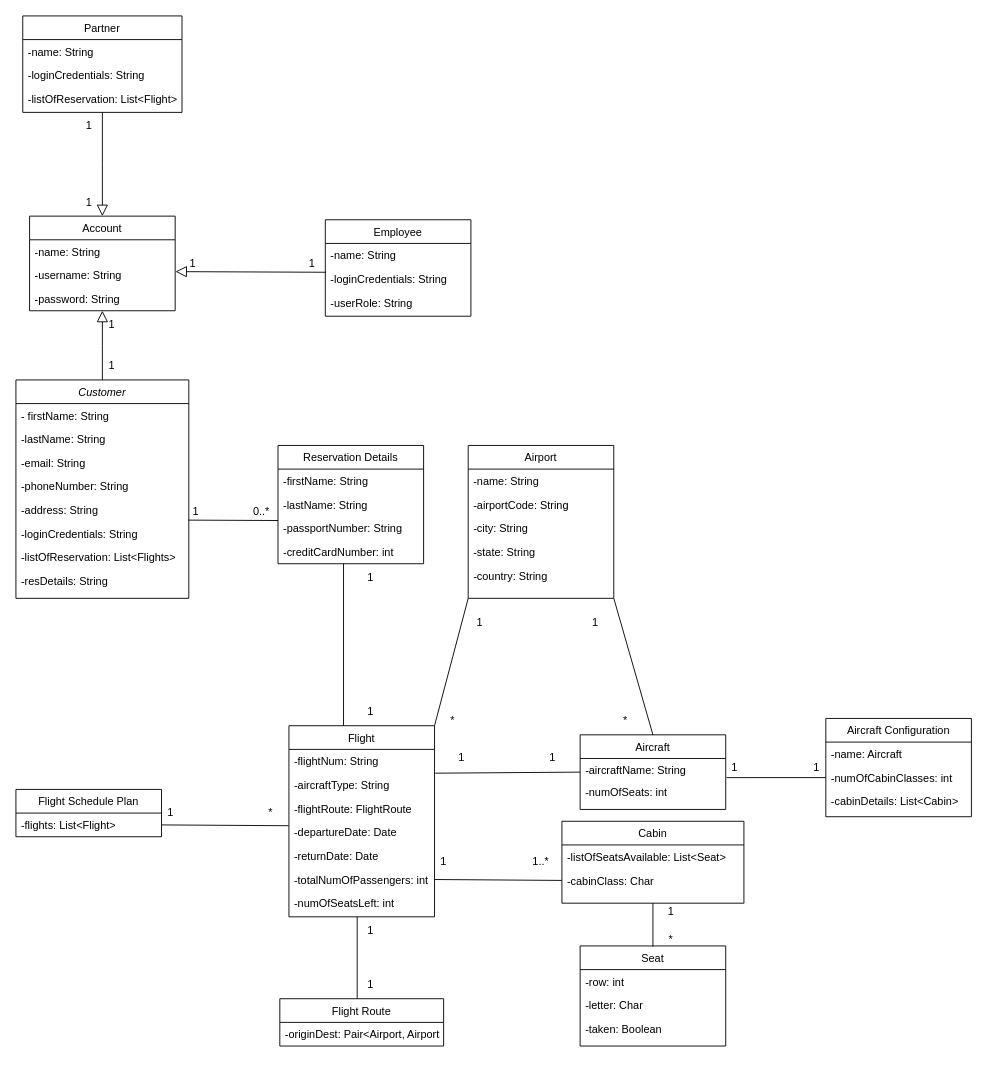
This is Untitled Diagram.drawio from glennquah/Flight-Enterprise-System, a draw.io file, before an edit. Source tidied: cells renumbered, new cells numbered last; positions are measured from the earlier drawing's top-left corner, leaving out a move shared by most shapes. Both pictures are drawn from the tidied source at 91%, with x=0, y=0 at pixel (15, 15).
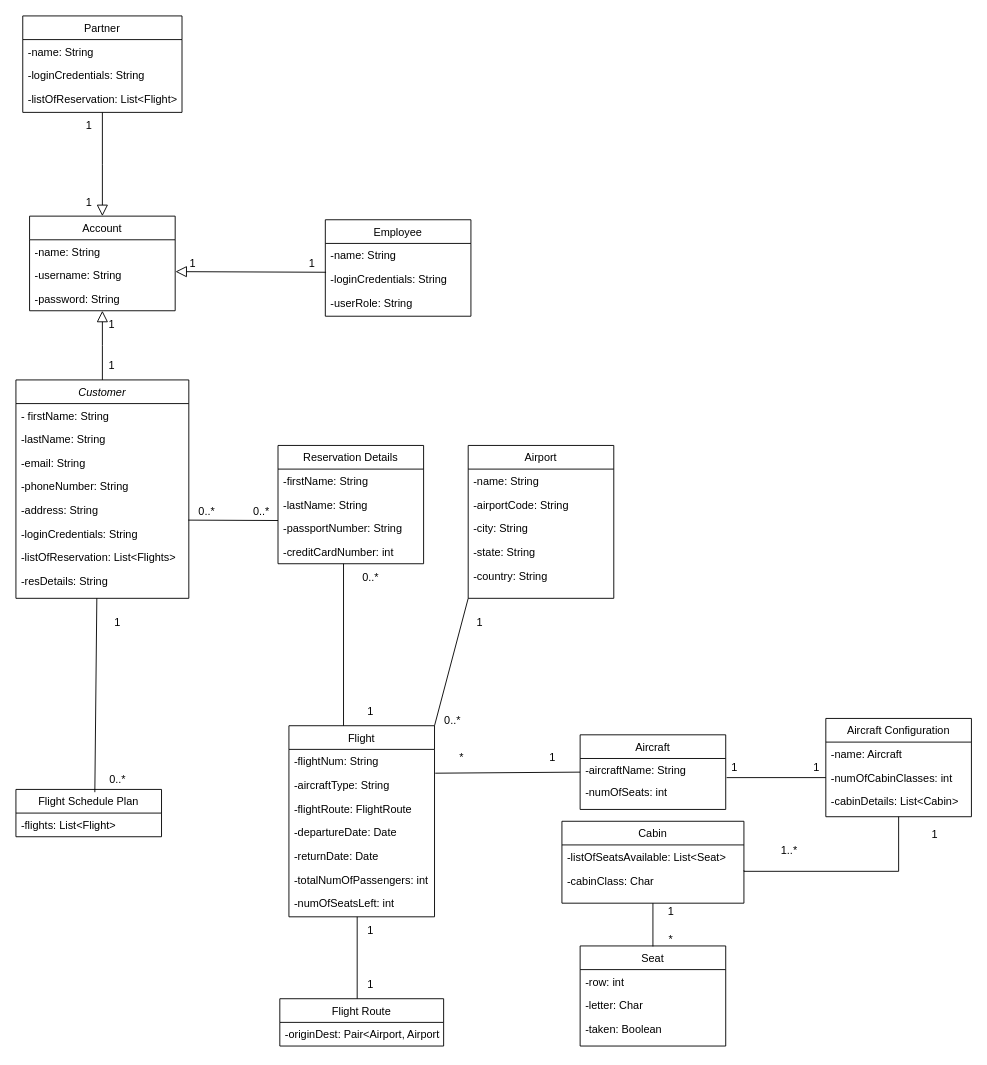
Above is the later version.

The change refers to these unchanged cells:
```xml
<mxCell id="10" value="-resDetails: String" style="text;align=left;verticalAlign=top;spacingLeft=4;spacingRight=4;overflow=hidden;points=[[0,0.5],[1,0.5]];portConstraint=eastwest;rounded=0;shadow=0;html=0;" parent="2" vertex="1">
  <mxGeometry y="208" width="190" height="26" as="geometry" />
</mxCell>
<mxCell id="15" value="-departureDate: Date" style="text;align=left;verticalAlign=top;spacingLeft=4;spacingRight=4;overflow=hidden;points=[[0,0.5],[1,0.5]];portConstraint=eastwest;rounded=0;shadow=0;html=0;" parent="11" vertex="1">
  <mxGeometry y="104" width="160" height="26" as="geometry" />
</mxCell>
<mxCell id="17" value="-totalNumOfPassengers: int" style="text;align=left;verticalAlign=top;spacingLeft=4;spacingRight=4;overflow=hidden;points=[[0,0.5],[1,0.5]];portConstraint=eastwest;rounded=0;shadow=0;html=0;" parent="11" vertex="1">
  <mxGeometry y="156" width="160" height="26" as="geometry" />
</mxCell>
<mxCell id="33" value="Flight Schedule Plan" style="swimlane;fontStyle=0;align=center;verticalAlign=top;horizontal=1;startSize=26;rounded=0;shadow=0;strokeWidth=1;" parent="1" vertex="1">
  <mxGeometry y="850" width="160" height="52" as="geometry" />
</mxCell>
<mxCell id="34" value="-flights: List&lt;Flight&gt;" style="text;align=left;verticalAlign=top;spacingLeft=4;spacingRight=4;overflow=hidden;points=[[0,0.5],[1,0.5]];portConstraint=eastwest;" parent="33" vertex="1">
  <mxGeometry y="26" width="160" height="26" as="geometry" />
</mxCell>
<mxCell id="41" value="-cabinClass: Char" style="text;align=left;verticalAlign=top;spacingLeft=4;spacingRight=4;overflow=hidden;points=[[0,0.5],[1,0.5]];portConstraint=eastwest;rounded=0;shadow=0;html=0;" parent="39" vertex="1">
  <mxGeometry y="52" width="200" height="26" as="geometry" />
</mxCell>
<mxCell id="71" value="Aircraft" style="swimlane;fontStyle=0;align=center;verticalAlign=top;horizontal=1;startSize=26;rounded=0;shadow=0;strokeWidth=1;" parent="1" vertex="1">
  <mxGeometry x="620" y="790" width="160" height="82" as="geometry" />
</mxCell>
<mxCell id="80" value="Airport" style="swimlane;fontStyle=0;align=center;verticalAlign=top;horizontal=1;startSize=26;rounded=0;shadow=0;strokeWidth=1;" parent="1" vertex="1">
  <mxGeometry x="497" y="472" width="160" height="168" as="geometry" />
</mxCell>
<mxCell id="92" value="Aircraft Configuration" style="swimlane;fontStyle=0;align=center;verticalAlign=top;horizontal=1;startSize=26;rounded=0;shadow=0;strokeWidth=1;" parent="1" vertex="1">
  <mxGeometry x="890" y="772" width="160" height="108" as="geometry" />
</mxCell>
```

Change to the diagram source:
```diff
@@
-    <mxCell id="31" value="1" style="text;html=1;strokeColor=none;fillColor=none;align=center;verticalAlign=middle;whiteSpace=wrap;rounded=0;" parent="1" vertex="1">
+    <mxCell id="31" value="0..*" style="text;html=1;strokeColor=none;fillColor=none;align=center;verticalAlign=middle;whiteSpace=wrap;rounded=0;" parent="1" vertex="1">
       <mxGeometry x="360" y="602" width="60" height="30" as="geometry" />
     </mxCell>
@@
     <mxCell id="35" value="1" style="text;html=1;strokeColor=none;fillColor=none;align=center;verticalAlign=middle;whiteSpace=wrap;rounded=0;" parent="1" vertex="1">
-      <mxGeometry x="140" y="861" width="60" height="30" as="geometry" />
+      <mxGeometry x="82" y="652" width="60" height="30" as="geometry" />
     </mxCell>
-    <mxCell id="36" value="*" style="text;html=1;strokeColor=none;fillColor=none;align=center;verticalAlign=middle;whiteSpace=wrap;rounded=0;" parent="1" vertex="1">
-      <mxGeometry x="250" y="861" width="60" height="30" as="geometry" />
+    <mxCell id="36" value="0..*" style="text;html=1;strokeColor=none;fillColor=none;align=center;verticalAlign=middle;whiteSpace=wrap;rounded=0;" parent="1" vertex="1">
+      <mxGeometry x="82" y="824" width="60" height="30" as="geometry" />
     </mxCell>
-    <mxCell id="37" value="1" style="text;html=1;strokeColor=none;fillColor=none;align=center;verticalAlign=middle;whiteSpace=wrap;rounded=0;" parent="1" vertex="1">
-      <mxGeometry x="168" y="530" width="60" height="30" as="geometry" />
+    <mxCell id="37" value="0..*" style="text;html=1;strokeColor=none;fillColor=none;align=center;verticalAlign=middle;whiteSpace=wrap;rounded=0;" parent="1" vertex="1">
+      <mxGeometry x="180" y="530" width="60" height="30" as="geometry" />
     </mxCell>
@@
+    <mxCell id="99" style="edgeStyle=orthogonalEdgeStyle;rounded=0;jettySize=auto;html=1;entryX=0.5;entryY=1;entryDx=0;entryDy=0;endArrow=none;endFill=0;" parent="1" edge="1" target="92">
+      <mxGeometry relative="1" as="geometry">
+        <mxPoint x="800" y="939" as="sourcePoint" />
+        <Array as="points">
+          <mxPoint x="970" y="940" />
+        </Array>
+      </mxGeometry>
+    </mxCell>
@@
     <mxCell id="42" value="1" style="text;html=1;strokeColor=none;fillColor=none;align=center;verticalAlign=middle;whiteSpace=wrap;rounded=0;" parent="1" vertex="1">
-      <mxGeometry x="440" y="915" width="60" height="30" as="geometry" />
+      <mxGeometry x="980" y="885" width="60" height="30" as="geometry" />
     </mxCell>
     <mxCell id="43" value="1..*" style="text;html=1;strokeColor=none;fillColor=none;align=center;verticalAlign=middle;whiteSpace=wrap;rounded=0;" parent="1" vertex="1">
-      <mxGeometry x="547" y="915" width="60" height="30" as="geometry" />
+      <mxGeometry x="820" y="902" width="60" height="30" as="geometry" />
     </mxCell>
@@
-    <mxCell id="56" style="endArrow=none;html=1;rounded=0;entryX=1;entryY=0.5;entryDx=0;entryDy=0;exitX=-0.002;exitY=0.227;exitDx=0;exitDy=0;exitPerimeter=0;" parent="1" edge="1" source="15" target="34">
+    <mxCell id="56" style="endArrow=none;html=1;rounded=0;entryX=0.542;entryY=0.058;entryDx=0;entryDy=0;exitX=0.468;exitY=1.229;exitDx=0;exitDy=0;entryPerimeter=0;exitPerimeter=0;" parent="1" edge="1" source="10" target="33">
       <mxGeometry relative="1" as="geometry" />
     </mxCell>
@@
-    <mxCell id="74" value="1" style="text;html=1;strokeColor=none;fillColor=none;align=center;verticalAlign=middle;whiteSpace=wrap;rounded=0;" parent="1" vertex="1">
+    <mxCell id="74" value="*" style="text;html=1;strokeColor=none;fillColor=none;align=center;verticalAlign=middle;whiteSpace=wrap;rounded=0;" parent="1" vertex="1">
       <mxGeometry x="460" y="800" width="60" height="30" as="geometry" />
     </mxCell>
@@
-    <mxCell id="77" style="endArrow=none;html=1;rounded=0;exitX=1;exitY=0.5;exitDx=0;exitDy=0;entryX=0;entryY=0.5;entryDx=0;entryDy=0;" parent="1" edge="1" source="17" target="41">
-      <mxGeometry relative="1" as="geometry" />
-    </mxCell>
@@
-    <mxCell id="87" style="endArrow=none;html=1;rounded=0;entryX=1;entryY=1;entryDx=0;entryDy=0;exitX=0.5;exitY=0;exitDx=0;exitDy=0;" parent="1" edge="1" source="71" target="80">
-      <mxGeometry relative="1" as="geometry" />
-    </mxCell>
@@
-    <mxCell id="89" value="1" style="text;html=1;strokeColor=none;fillColor=none;align=center;verticalAlign=middle;whiteSpace=wrap;rounded=0;" parent="1" vertex="1">
-      <mxGeometry x="607" y="652" width="60" height="30" as="geometry" />
-    </mxCell>
-    <mxCell id="90" value="*" style="text;html=1;strokeColor=none;fillColor=none;align=center;verticalAlign=middle;whiteSpace=wrap;rounded=0;" parent="1" vertex="1">
+    <mxCell id="90" value="0..*" style="text;html=1;strokeColor=none;fillColor=none;align=center;verticalAlign=middle;whiteSpace=wrap;rounded=0;" parent="1" vertex="1">
       <mxGeometry x="450" y="760" width="60" height="30" as="geometry" />
     </mxCell>
-    <mxCell id="91" value="*" style="text;html=1;strokeColor=none;fillColor=none;align=center;verticalAlign=middle;whiteSpace=wrap;rounded=0;" parent="1" vertex="1">
-      <mxGeometry x="640" y="760" width="60" height="30" as="geometry" />
-    </mxCell>
```
